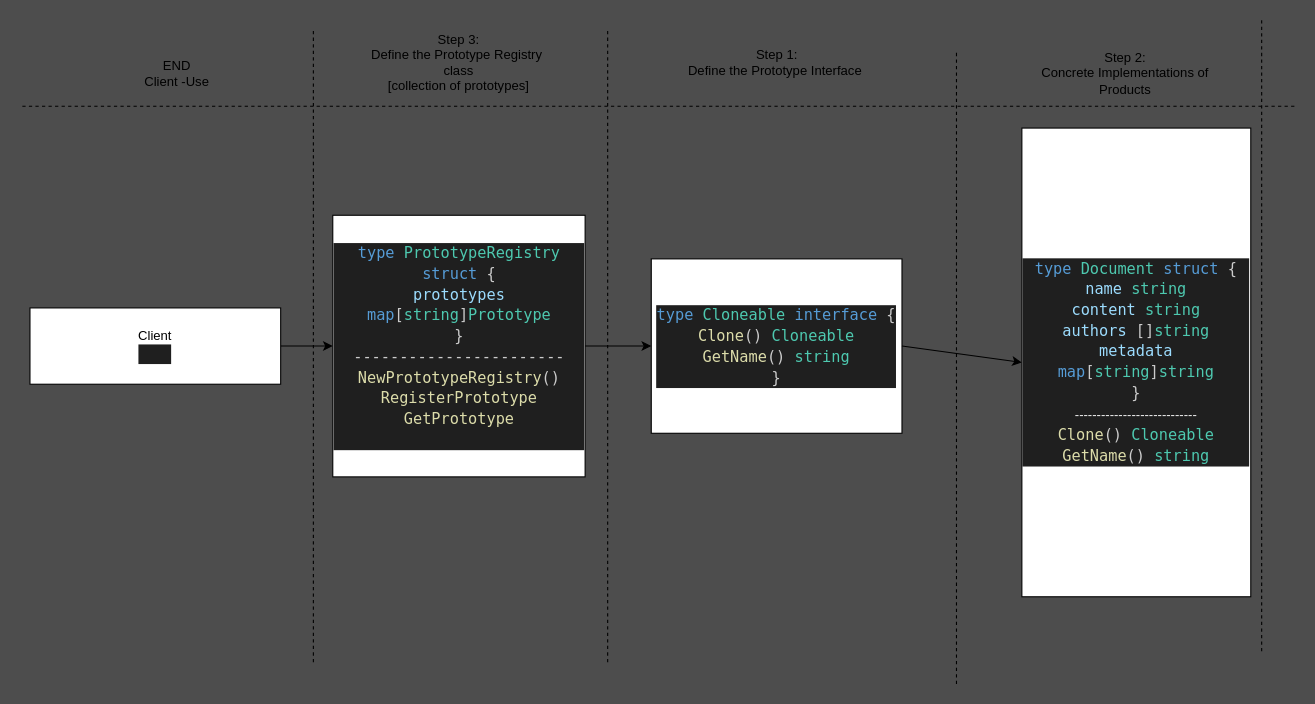
Before: app/designPatterns/creational/Prototype/eg-5/prototype-5.drawio in Reza-sd/lem, a draw.io diagram. Source tidied: cells renumbered, new cells numbered last; positions are measured from the earlier drawing's top-left corner, leaving out a move shared by most shapes. Both pictures are drawn from the tidied source at 109%, with x=0, y=0 at pixel (19, 19).
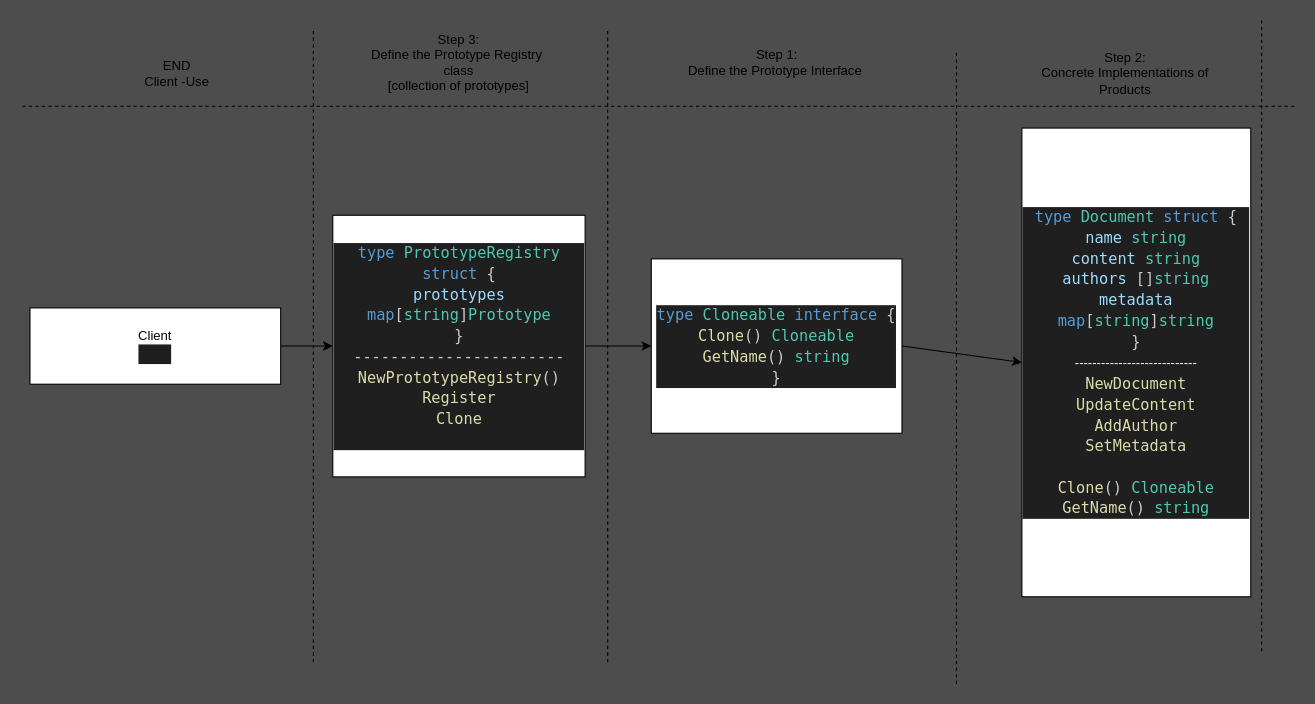
After the change.

Diff of the diagram source:
```diff
@@
-    <mxCell id="6" value="&lt;div&gt;&lt;/div&gt;&lt;div&gt;&lt;div style=&quot;color: rgb(204, 204, 204); background-color: rgb(31, 31, 31); line-height: 18px;&quot;&gt;&lt;/div&gt;&lt;div style=&quot;color: rgb(204, 204, 204); background-color: rgb(31, 31, 31); font-family: Menlo, Monaco, &amp;quot;Courier New&amp;quot;, monospace; line-height: 18px;&quot;&gt;&lt;/div&gt;&lt;div style=&quot;color: rgb(204, 204, 204); background-color: rgb(31, 31, 31); font-family: &amp;quot;Droid Sans Mono&amp;quot;, &amp;quot;monospace&amp;quot;, monospace; font-size: 14px; line-height: 19px;&quot;&gt;&lt;/div&gt;&lt;div style=&quot;color: rgb(204, 204, 204); background-color: rgb(31, 31, 31); font-family: &amp;quot;Droid Sans Mono&amp;quot;, &amp;quot;monospace&amp;quot;, monospace; font-size: 14px; line-height: 19px;&quot;&gt;&lt;/div&gt;&lt;div style=&quot;color: rgb(204, 204, 204); background-color: rgb(31, 31, 31); font-family: &amp;quot;Droid Sans Mono&amp;quot;, &amp;quot;monospace&amp;quot;, monospace; font-size: 14px; line-height: 19px;&quot;&gt;&lt;/div&gt;&lt;div style=&quot;color: rgb(204, 204, 204); background-color: rgb(31, 31, 31); font-family: &amp;quot;Droid Sans Mono&amp;quot;, &amp;quot;monospace&amp;quot;, monospace; font-size: 14px; line-height: 19px;&quot;&gt;&lt;/div&gt;&lt;div style=&quot;color: rgb(204, 204, 204); background-color: rgb(31, 31, 31); font-family: &amp;quot;Droid Sans Mono&amp;quot;, &amp;quot;monospace&amp;quot;, monospace; font-size: 14px; line-height: 19px;&quot;&gt;&lt;/div&gt;&lt;div style=&quot;color: rgb(204, 204, 204); background-color: rgb(31, 31, 31); font-family: Menlo, Monaco, &amp;quot;Courier New&amp;quot;, monospace; line-height: 18px;&quot;&gt;&lt;/div&gt;&lt;/div&gt;&lt;div&gt;&lt;div style=&quot;color: rgb(204, 204, 204); background-color: rgb(31, 31, 31); font-family: &amp;quot;Droid Sans Mono&amp;quot;, &amp;quot;monospace&amp;quot;, monospace; font-size: 14px; line-height: 19px;&quot;&gt;&lt;div style=&quot;line-height: 19px;&quot;&gt;&lt;div&gt;&lt;/div&gt;&lt;/div&gt;&lt;div&gt;&lt;div style=&quot;line-height: 19px;&quot;&gt;&lt;div style=&quot;line-height: 19px;&quot;&gt;&lt;div style=&quot;line-height: 19px;&quot;&gt;&lt;div&gt;&lt;span style=&quot;color: #569cd6;&quot;&gt;type&lt;/span&gt; &lt;span style=&quot;color: #4ec9b0;&quot;&gt;Document&lt;/span&gt; &lt;span style=&quot;color: #569cd6;&quot;&gt;struct&lt;/span&gt; {&lt;/div&gt;&lt;div&gt;    &lt;span style=&quot;color: #9cdcfe;&quot;&gt;name&lt;/span&gt;     &lt;span style=&quot;color: #4ec9b0;&quot;&gt;string&lt;/span&gt;&lt;/div&gt;&lt;div&gt;    &lt;span style=&quot;color: #9cdcfe;&quot;&gt;content&lt;/span&gt;  &lt;span style=&quot;color: #4ec9b0;&quot;&gt;string&lt;/span&gt;&lt;/div&gt;&lt;div&gt;    &lt;span style=&quot;color: #9cdcfe;&quot;&gt;authors&lt;/span&gt;  []&lt;span style=&quot;color: #4ec9b0;&quot;&gt;string&lt;/span&gt;&lt;/div&gt;&lt;div&gt;    &lt;span style=&quot;color: #9cdcfe;&quot;&gt;metadata&lt;/span&gt; &lt;span style=&quot;color: #569cd6;&quot;&gt;map&lt;/span&gt;[&lt;span style=&quot;color: #4ec9b0;&quot;&gt;string&lt;/span&gt;]&lt;span style=&quot;color: #4ec9b0;&quot;&gt;string&lt;/span&gt;&lt;/div&gt;&lt;div&gt;}&lt;/div&gt;&lt;/div&gt;&lt;/div&gt;&lt;/div&gt;&lt;span style=&quot;background-color: initial; color: rgb(240, 240, 240); font-family: Helvetica; font-size: 12px;&quot;&gt;----------------------------&lt;/span&gt;&lt;div&gt;&lt;span style=&quot;color: rgb(220, 220, 170);&quot;&gt;Clone&lt;/span&gt;()&amp;nbsp;&lt;span style=&quot;color: rgb(78, 201, 176);&quot;&gt;Cloneable&lt;/span&gt;&lt;/div&gt;&lt;div&gt;&lt;span style=&quot;color: rgb(220, 220, 170);&quot;&gt;GetName&lt;/span&gt;()&amp;nbsp;&lt;span style=&quot;color: rgb(78, 201, 176);&quot;&gt;string&lt;/span&gt;&lt;/div&gt;&lt;/div&gt;&lt;/div&gt;&lt;/div&gt;&lt;div&gt;&lt;div style=&quot;color: rgb(204, 204, 204); font-family: &amp;quot;Droid Sans Mono&amp;quot;, &amp;quot;monospace&amp;quot;, monospace; font-size: 14px;&quot;&gt;&lt;div style=&quot;background-color: rgb(31, 31, 31);&quot;&gt;&lt;/div&gt;&lt;/div&gt;&lt;div style=&quot;color: rgb(204, 204, 204); font-family: &amp;quot;Droid Sans Mono&amp;quot;, &amp;quot;monospace&amp;quot;, monospace; font-size: 14px;&quot;&gt;&lt;/div&gt;&lt;div style=&quot;color: rgb(204, 204, 204); font-family: &amp;quot;Droid Sans Mono&amp;quot;, &amp;quot;monospace&amp;quot;, monospace; font-size: 14px;&quot;&gt;&lt;/div&gt;&lt;div style=&quot;color: rgb(204, 204, 204); background-color: rgb(31, 31, 31); font-family: &amp;quot;Droid Sans Mono&amp;quot;, &amp;quot;monospace&amp;quot;, monospace; font-size: 14px; line-height: 19px;&quot;&gt;&lt;/div&gt;&lt;div style=&quot;color: rgb(204, 204, 204); background-color: rgb(31, 31, 31); font-family: &amp;quot;Droid Sans Mono&amp;quot;, &amp;quot;monospace&amp;quot;, monospace; font-size: 14px; line-height: 19px;&quot;&gt;&lt;/div&gt;&lt;div style=&quot;color: rgb(204, 204, 204); background-color: rgb(31, 31, 31); font-family: &amp;quot;Droid Sans Mono&amp;quot;, &amp;quot;monospace&amp;quot;, monospace; font-size: 14px; line-height: 19px;&quot;&gt;&lt;/div&gt;&lt;div style=&quot;color: rgb(204, 204, 204); background-color: rgb(31, 31, 31); font-family: &amp;quot;Droid Sans Mono&amp;quot;, &amp;quot;monospace&amp;quot;, monospace; font-size: 14px; line-height: 19px;&quot;&gt;&lt;/div&gt;&lt;div style=&quot;color: rgb(204, 204, 204); background-color: rgb(31, 31, 31); font-family: Menlo, Monaco, &amp;quot;Courier New&amp;quot;, monospace; line-height: 18px;&quot;&gt;&lt;/div&gt;&lt;div style=&quot;color: rgb(204, 204, 204); background-color: rgb(31, 31, 31); font-family: Menlo, Monaco, &amp;quot;Courier New&amp;quot;, monospace; line-height: 18px;&quot;&gt;&lt;/div&gt;&lt;div style=&quot;color: rgb(204, 204, 204); background-color: rgb(31, 31, 31); font-family: Menlo, Monaco, &amp;quot;Courier New&amp;quot;, monospace; line-height: 18px;&quot;&gt;&lt;/div&gt;&lt;/div&gt;&lt;div&gt;&lt;/div&gt;&lt;div&gt;&lt;/div&gt;&lt;div&gt;&lt;/div&gt;" style="rounded=0;whiteSpace=wrap;html=1;" parent="1" vertex="1">
+    <mxCell id="6" value="&lt;div&gt;&lt;/div&gt;&lt;div&gt;&lt;div style=&quot;color: rgb(204, 204, 204); background-color: rgb(31, 31, 31); line-height: 18px;&quot;&gt;&lt;/div&gt;&lt;div style=&quot;color: rgb(204, 204, 204); background-color: rgb(31, 31, 31); font-family: Menlo, Monaco, &amp;quot;Courier New&amp;quot;, monospace; line-height: 18px;&quot;&gt;&lt;/div&gt;&lt;div style=&quot;color: rgb(204, 204, 204); background-color: rgb(31, 31, 31); font-family: &amp;quot;Droid Sans Mono&amp;quot;, &amp;quot;monospace&amp;quot;, monospace; font-size: 14px; line-height: 19px;&quot;&gt;&lt;/div&gt;&lt;div style=&quot;color: rgb(204, 204, 204); background-color: rgb(31, 31, 31); font-family: &amp;quot;Droid Sans Mono&amp;quot;, &amp;quot;monospace&amp;quot;, monospace; font-size: 14px; line-height: 19px;&quot;&gt;&lt;/div&gt;&lt;div style=&quot;color: rgb(204, 204, 204); background-color: rgb(31, 31, 31); font-family: &amp;quot;Droid Sans Mono&amp;quot;, &amp;quot;monospace&amp;quot;, monospace; font-size: 14px; line-height: 19px;&quot;&gt;&lt;/div&gt;&lt;div style=&quot;color: rgb(204, 204, 204); background-color: rgb(31, 31, 31); font-family: &amp;quot;Droid Sans Mono&amp;quot;, &amp;quot;monospace&amp;quot;, monospace; font-size: 14px; line-height: 19px;&quot;&gt;&lt;/div&gt;&lt;div style=&quot;color: rgb(204, 204, 204); background-color: rgb(31, 31, 31); font-family: &amp;quot;Droid Sans Mono&amp;quot;, &amp;quot;monospace&amp;quot;, monospace; font-size: 14px; line-height: 19px;&quot;&gt;&lt;/div&gt;&lt;div style=&quot;color: rgb(204, 204, 204); background-color: rgb(31, 31, 31); font-family: Menlo, Monaco, &amp;quot;Courier New&amp;quot;, monospace; line-height: 18px;&quot;&gt;&lt;/div&gt;&lt;/div&gt;&lt;div&gt;&lt;div style=&quot;background-color: rgb(31, 31, 31); line-height: 19px;&quot;&gt;&lt;div style=&quot;color: rgb(204, 204, 204); font-family: &amp;quot;Droid Sans Mono&amp;quot;, &amp;quot;monospace&amp;quot;, monospace; font-size: 14px; line-height: 19px;&quot;&gt;&lt;div&gt;&lt;/div&gt;&lt;/div&gt;&lt;div style=&quot;color: rgb(204, 204, 204); font-family: &amp;quot;Droid Sans Mono&amp;quot;, &amp;quot;monospace&amp;quot;, monospace; font-size: 14px;&quot;&gt;&lt;div style=&quot;line-height: 19px;&quot;&gt;&lt;div style=&quot;line-height: 19px;&quot;&gt;&lt;div style=&quot;line-height: 19px;&quot;&gt;&lt;div&gt;&lt;span style=&quot;color: #569cd6;&quot;&gt;type&lt;/span&gt; &lt;span style=&quot;color: #4ec9b0;&quot;&gt;Document&lt;/span&gt; &lt;span style=&quot;color: #569cd6;&quot;&gt;struct&lt;/span&gt; {&lt;/div&gt;&lt;div&gt;    &lt;span style=&quot;color: #9cdcfe;&quot;&gt;name&lt;/span&gt;     &lt;span style=&quot;color: #4ec9b0;&quot;&gt;string&lt;/span&gt;&lt;/div&gt;&lt;div&gt;    &lt;span style=&quot;color: #9cdcfe;&quot;&gt;content&lt;/span&gt;  &lt;span style=&quot;color: #4ec9b0;&quot;&gt;string&lt;/span&gt;&lt;/div&gt;&lt;div&gt;    &lt;span style=&quot;color: #9cdcfe;&quot;&gt;authors&lt;/span&gt;  []&lt;span style=&quot;color: #4ec9b0;&quot;&gt;string&lt;/span&gt;&lt;/div&gt;&lt;div&gt;    &lt;span style=&quot;color: #9cdcfe;&quot;&gt;metadata&lt;/span&gt; &lt;span style=&quot;color: #569cd6;&quot;&gt;map&lt;/span&gt;[&lt;span style=&quot;color: #4ec9b0;&quot;&gt;string&lt;/span&gt;]&lt;span style=&quot;color: #4ec9b0;&quot;&gt;string&lt;/span&gt;&lt;/div&gt;&lt;div&gt;}&lt;/div&gt;&lt;/div&gt;&lt;/div&gt;&lt;/div&gt;&lt;span style=&quot;background-color: initial; color: rgb(240, 240, 240); font-family: Helvetica; font-size: 12px;&quot;&gt;----------------------------&lt;/span&gt;&lt;/div&gt;&lt;div style=&quot;&quot;&gt;&lt;div style=&quot;color: rgb(204, 204, 204); font-family: &amp;quot;Droid Sans Mono&amp;quot;, &amp;quot;monospace&amp;quot;, monospace; font-size: 14px; line-height: 19px;&quot;&gt;&lt;span style=&quot;color: #dcdcaa;&quot;&gt;NewDocument&lt;/span&gt;&lt;/div&gt;&lt;div style=&quot;color: rgb(204, 204, 204); font-family: &amp;quot;Droid Sans Mono&amp;quot;, &amp;quot;monospace&amp;quot;, monospace; font-size: 14px; line-height: 19px;&quot;&gt;&lt;div style=&quot;line-height: 19px;&quot;&gt;&lt;span style=&quot;color: #dcdcaa;&quot;&gt;UpdateContent&lt;/span&gt;&lt;/div&gt;&lt;/div&gt;&lt;div style=&quot;color: rgb(204, 204, 204); font-family: &amp;quot;Droid Sans Mono&amp;quot;, &amp;quot;monospace&amp;quot;, monospace; font-size: 14px; line-height: 19px;&quot;&gt;&lt;div style=&quot;line-height: 19px;&quot;&gt;&lt;span style=&quot;color: #dcdcaa;&quot;&gt;AddAuthor&lt;/span&gt;&lt;/div&gt;&lt;div style=&quot;line-height: 19px;&quot;&gt;&lt;div style=&quot;line-height: 19px;&quot;&gt;&lt;span style=&quot;color: #dcdcaa;&quot;&gt;SetMetadata&lt;/span&gt;&lt;/div&gt;&lt;/div&gt;&lt;div style=&quot;line-height: 19px;&quot;&gt;&lt;span style=&quot;color: #dcdcaa;&quot;&gt;&lt;br&gt;&lt;/span&gt;&lt;/div&gt;&lt;/div&gt;&lt;div style=&quot;color: rgb(204, 204, 204); font-family: &amp;quot;Droid Sans Mono&amp;quot;, &amp;quot;monospace&amp;quot;, monospace; font-size: 14px;&quot;&gt;&lt;span style=&quot;color: rgb(220, 220, 170);&quot;&gt;Clone&lt;/span&gt;()&amp;nbsp;&lt;span style=&quot;color: rgb(78, 201, 176);&quot;&gt;Cloneable&lt;/span&gt;&lt;/div&gt;&lt;div style=&quot;color: rgb(204, 204, 204); font-family: &amp;quot;Droid Sans Mono&amp;quot;, &amp;quot;monospace&amp;quot;, monospace; font-size: 14px;&quot;&gt;&lt;span style=&quot;color: rgb(220, 220, 170);&quot;&gt;GetName&lt;/span&gt;()&amp;nbsp;&lt;span style=&quot;color: rgb(78, 201, 176);&quot;&gt;string&lt;/span&gt;&lt;/div&gt;&lt;/div&gt;&lt;/div&gt;&lt;/div&gt;&lt;div&gt;&lt;div style=&quot;color: rgb(204, 204, 204); font-family: &amp;quot;Droid Sans Mono&amp;quot;, &amp;quot;monospace&amp;quot;, monospace; font-size: 14px;&quot;&gt;&lt;div style=&quot;background-color: rgb(31, 31, 31);&quot;&gt;&lt;/div&gt;&lt;/div&gt;&lt;div style=&quot;color: rgb(204, 204, 204); font-family: &amp;quot;Droid Sans Mono&amp;quot;, &amp;quot;monospace&amp;quot;, monospace; font-size: 14px;&quot;&gt;&lt;/div&gt;&lt;div style=&quot;color: rgb(204, 204, 204); font-family: &amp;quot;Droid Sans Mono&amp;quot;, &amp;quot;monospace&amp;quot;, monospace; font-size: 14px;&quot;&gt;&lt;/div&gt;&lt;div style=&quot;color: rgb(204, 204, 204); background-color: rgb(31, 31, 31); font-family: &amp;quot;Droid Sans Mono&amp;quot;, &amp;quot;monospace&amp;quot;, monospace; font-size: 14px; line-height: 19px;&quot;&gt;&lt;/div&gt;&lt;div style=&quot;color: rgb(204, 204, 204); background-color: rgb(31, 31, 31); font-family: &amp;quot;Droid Sans Mono&amp;quot;, &amp;quot;monospace&amp;quot;, monospace; font-size: 14px; line-height: 19px;&quot;&gt;&lt;/div&gt;&lt;div style=&quot;color: rgb(204, 204, 204); background-color: rgb(31, 31, 31); font-family: &amp;quot;Droid Sans Mono&amp;quot;, &amp;quot;monospace&amp;quot;, monospace; font-size: 14px; line-height: 19px;&quot;&gt;&lt;/div&gt;&lt;div style=&quot;color: rgb(204, 204, 204); background-color: rgb(31, 31, 31); font-family: &amp;quot;Droid Sans Mono&amp;quot;, &amp;quot;monospace&amp;quot;, monospace; font-size: 14px; line-height: 19px;&quot;&gt;&lt;/div&gt;&lt;div style=&quot;color: rgb(204, 204, 204); background-color: rgb(31, 31, 31); font-family: Menlo, Monaco, &amp;quot;Courier New&amp;quot;, monospace; line-height: 18px;&quot;&gt;&lt;/div&gt;&lt;div style=&quot;color: rgb(204, 204, 204); background-color: rgb(31, 31, 31); font-family: Menlo, Monaco, &amp;quot;Courier New&amp;quot;, monospace; line-height: 18px;&quot;&gt;&lt;/div&gt;&lt;div style=&quot;color: rgb(204, 204, 204); background-color: rgb(31, 31, 31); font-family: Menlo, Monaco, &amp;quot;Courier New&amp;quot;, monospace; line-height: 18px;&quot;&gt;&lt;/div&gt;&lt;/div&gt;&lt;div&gt;&lt;/div&gt;&lt;div&gt;&lt;/div&gt;&lt;div&gt;&lt;/div&gt;" style="rounded=0;whiteSpace=wrap;html=1;" parent="1" vertex="1">
       <mxGeometry x="920" y="100" width="210" height="430" as="geometry" />
     </mxCell>
@@
-    <mxCell id="15" value="&lt;div style=&quot;color: rgb(204, 204, 204); background-color: rgb(31, 31, 31); font-family: &amp;quot;Droid Sans Mono&amp;quot;, &amp;quot;monospace&amp;quot;, monospace; font-size: 14px; line-height: 19px;&quot;&gt;&lt;div&gt;&lt;div style=&quot;line-height: 19px;&quot;&gt;&lt;div&gt;&lt;span style=&quot;color: #569cd6;&quot;&gt;type&lt;/span&gt; &lt;span style=&quot;color: #4ec9b0;&quot;&gt;PrototypeRegistry&lt;/span&gt; &lt;span style=&quot;color: #569cd6;&quot;&gt;struct&lt;/span&gt; {&lt;/div&gt;&lt;div&gt;    &lt;span style=&quot;color: #9cdcfe;&quot;&gt;prototypes&lt;/span&gt; &lt;span style=&quot;color: #569cd6;&quot;&gt;map&lt;/span&gt;[&lt;span style=&quot;color: #4ec9b0;&quot;&gt;string&lt;/span&gt;]&lt;span style=&quot;color: #4ec9b0;&quot;&gt;Prototype&lt;/span&gt;&lt;/div&gt;&lt;div&gt;}&lt;/div&gt;&lt;div&gt;-----------------------&lt;/div&gt;&lt;div&gt;&lt;div style=&quot;line-height: 19px;&quot;&gt;&lt;span style=&quot;color: #dcdcaa;&quot;&gt;NewPrototypeRegistry&lt;/span&gt;()&lt;/div&gt;&lt;/div&gt;&lt;div style=&quot;line-height: 19px;&quot;&gt;&lt;div style=&quot;line-height: 19px;&quot;&gt;&lt;span style=&quot;color: #dcdcaa;&quot;&gt;RegisterPrototype&lt;/span&gt;&lt;/div&gt;&lt;div style=&quot;line-height: 19px;&quot;&gt;&lt;div style=&quot;line-height: 19px;&quot;&gt;&lt;span style=&quot;color: #dcdcaa;&quot;&gt;GetPrototype&lt;/span&gt;&lt;/div&gt;&lt;/div&gt;&lt;/div&gt;&lt;/div&gt;&lt;/div&gt;&lt;br&gt;&lt;/div&gt;&lt;div style=&quot;color: rgb(204, 204, 204); background-color: rgb(31, 31, 31); font-family: &amp;quot;Droid Sans Mono&amp;quot;, &amp;quot;monospace&amp;quot;, monospace; font-size: 14px; line-height: 19px;&quot;&gt;&lt;div&gt;&lt;/div&gt;&lt;/div&gt;&lt;div style=&quot;color: rgb(204, 204, 204); background-color: rgb(31, 31, 31); font-family: &amp;quot;Droid Sans Mono&amp;quot;, &amp;quot;monospace&amp;quot;, monospace; font-size: 14px; line-height: 19px;&quot;&gt;&lt;div&gt;&lt;/div&gt;&lt;/div&gt;&lt;div&gt;&lt;/div&gt;&lt;div&gt;&lt;div style=&quot;color: rgb(204, 204, 204); background-color: rgb(31, 31, 31); line-height: 18px;&quot;&gt;&lt;/div&gt;&lt;div style=&quot;color: rgb(204, 204, 204); background-color: rgb(31, 31, 31); font-family: Menlo, Monaco, &amp;quot;Courier New&amp;quot;, monospace; line-height: 18px;&quot;&gt;&lt;/div&gt;&lt;div style=&quot;color: rgb(204, 204, 204); background-color: rgb(31, 31, 31); font-family: Menlo, Monaco, &amp;quot;Courier New&amp;quot;, monospace; line-height: 18px;&quot;&gt;&lt;/div&gt;&lt;/div&gt;&lt;div&gt;&lt;div style=&quot;color: rgb(204, 204, 204); background-color: rgb(31, 31, 31); font-family: &amp;quot;Droid Sans Mono&amp;quot;, &amp;quot;monospace&amp;quot;, monospace; font-size: 14px; line-height: 19px;&quot;&gt;&lt;/div&gt;&lt;div style=&quot;color: rgb(204, 204, 204); background-color: rgb(31, 31, 31); font-family: Menlo, Monaco, &amp;quot;Courier New&amp;quot;, monospace; line-height: 18px;&quot;&gt;&lt;/div&gt;&lt;div style=&quot;color: rgb(204, 204, 204); background-color: rgb(31, 31, 31); font-family: Menlo, Monaco, &amp;quot;Courier New&amp;quot;, monospace; line-height: 18px;&quot;&gt;&lt;div style=&quot;font-family: &amp;quot;Droid Sans Mono&amp;quot;, &amp;quot;monospace&amp;quot;, monospace; font-size: 14px; line-height: 19px;&quot;&gt;&lt;/div&gt;&lt;div style=&quot;font-family: &amp;quot;Droid Sans Mono&amp;quot;, &amp;quot;monospace&amp;quot;, monospace; font-size: 14px; line-height: 19px;&quot;&gt;&lt;/div&gt;&lt;div style=&quot;font-family: &amp;quot;Droid Sans Mono&amp;quot;, &amp;quot;monospace&amp;quot;, monospace; font-size: 14px; line-height: 19px;&quot;&gt;&lt;/div&gt;&lt;div style=&quot;font-family: &amp;quot;Droid Sans Mono&amp;quot;, &amp;quot;monospace&amp;quot;, monospace; font-size: 14px; line-height: 19px;&quot;&gt;&lt;/div&gt;&lt;/div&gt;&lt;div style=&quot;color: rgb(204, 204, 204); background-color: rgb(31, 31, 31); font-family: Menlo, Monaco, &amp;quot;Courier New&amp;quot;, monospace; line-height: 18px;&quot;&gt;&lt;/div&gt;&lt;/div&gt;&lt;div&gt;&lt;div style=&quot;color: rgb(204, 204, 204); background-color: rgb(31, 31, 31); font-family: &amp;quot;Droid Sans Mono&amp;quot;, &amp;quot;monospace&amp;quot;, monospace; font-size: 14px; line-height: 19px;&quot;&gt;&lt;/div&gt;&lt;div style=&quot;color: rgb(204, 204, 204); background-color: rgb(31, 31, 31); font-family: &amp;quot;Droid Sans Mono&amp;quot;, &amp;quot;monospace&amp;quot;, monospace; font-size: 14px; line-height: 19px;&quot;&gt;&lt;/div&gt;&lt;div style=&quot;color: rgb(204, 204, 204); background-color: rgb(31, 31, 31); font-family: Menlo, Monaco, &amp;quot;Courier New&amp;quot;, monospace; line-height: 18px;&quot;&gt;&lt;div style=&quot;line-height: 18px;&quot;&gt;&lt;div&gt;&lt;div style=&quot;line-height: 18px;&quot;&gt;&lt;div&gt;&lt;/div&gt;&lt;div&gt;&lt;/div&gt;&lt;/div&gt;&lt;/div&gt;&lt;div&gt;&lt;/div&gt;&lt;/div&gt;&lt;/div&gt;&lt;/div&gt;&lt;div&gt;&lt;/div&gt;" style="rounded=0;whiteSpace=wrap;html=1;" parent="1" vertex="1">
+    <mxCell id="15" value="&lt;div style=&quot;color: rgb(204, 204, 204); background-color: rgb(31, 31, 31); font-family: &amp;quot;Droid Sans Mono&amp;quot;, &amp;quot;monospace&amp;quot;, monospace; font-size: 14px; line-height: 19px;&quot;&gt;&lt;div&gt;&lt;div style=&quot;line-height: 19px;&quot;&gt;&lt;div&gt;&lt;span style=&quot;color: #569cd6;&quot;&gt;type&lt;/span&gt; &lt;span style=&quot;color: #4ec9b0;&quot;&gt;PrototypeRegistry&lt;/span&gt; &lt;span style=&quot;color: #569cd6;&quot;&gt;struct&lt;/span&gt; {&lt;/div&gt;&lt;div&gt;    &lt;span style=&quot;color: #9cdcfe;&quot;&gt;prototypes&lt;/span&gt; &lt;span style=&quot;color: #569cd6;&quot;&gt;map&lt;/span&gt;[&lt;span style=&quot;color: #4ec9b0;&quot;&gt;string&lt;/span&gt;]&lt;span style=&quot;color: #4ec9b0;&quot;&gt;Prototype&lt;/span&gt;&lt;/div&gt;&lt;div&gt;}&lt;/div&gt;&lt;div&gt;-----------------------&lt;/div&gt;&lt;div&gt;&lt;div style=&quot;line-height: 19px;&quot;&gt;&lt;span style=&quot;color: #dcdcaa;&quot;&gt;NewPrototypeRegistry&lt;/span&gt;()&lt;/div&gt;&lt;/div&gt;&lt;div style=&quot;line-height: 19px;&quot;&gt;&lt;div style=&quot;line-height: 19px;&quot;&gt;&lt;/div&gt;&lt;div style=&quot;line-height: 19px;&quot;&gt;&lt;div style=&quot;line-height: 19px;&quot;&gt;&lt;div style=&quot;line-height: 19px;&quot;&gt;&lt;span style=&quot;color: #dcdcaa;&quot;&gt;Register&lt;/span&gt;&lt;div style=&quot;line-height: 19px;&quot;&gt;&lt;span style=&quot;color: #dcdcaa;&quot;&gt;Clone&lt;/span&gt;&lt;/div&gt;&lt;/div&gt;&lt;/div&gt;&lt;/div&gt;&lt;/div&gt;&lt;/div&gt;&lt;/div&gt;&lt;br&gt;&lt;/div&gt;&lt;div style=&quot;color: rgb(204, 204, 204); background-color: rgb(31, 31, 31); font-family: &amp;quot;Droid Sans Mono&amp;quot;, &amp;quot;monospace&amp;quot;, monospace; font-size: 14px; line-height: 19px;&quot;&gt;&lt;div&gt;&lt;/div&gt;&lt;/div&gt;&lt;div style=&quot;color: rgb(204, 204, 204); background-color: rgb(31, 31, 31); font-family: &amp;quot;Droid Sans Mono&amp;quot;, &amp;quot;monospace&amp;quot;, monospace; font-size: 14px; line-height: 19px;&quot;&gt;&lt;div&gt;&lt;/div&gt;&lt;/div&gt;&lt;div&gt;&lt;/div&gt;&lt;div&gt;&lt;div style=&quot;color: rgb(204, 204, 204); background-color: rgb(31, 31, 31); line-height: 18px;&quot;&gt;&lt;/div&gt;&lt;div style=&quot;color: rgb(204, 204, 204); background-color: rgb(31, 31, 31); font-family: Menlo, Monaco, &amp;quot;Courier New&amp;quot;, monospace; line-height: 18px;&quot;&gt;&lt;/div&gt;&lt;div style=&quot;color: rgb(204, 204, 204); background-color: rgb(31, 31, 31); font-family: Menlo, Monaco, &amp;quot;Courier New&amp;quot;, monospace; line-height: 18px;&quot;&gt;&lt;/div&gt;&lt;/div&gt;&lt;div&gt;&lt;div style=&quot;color: rgb(204, 204, 204); background-color: rgb(31, 31, 31); font-family: &amp;quot;Droid Sans Mono&amp;quot;, &amp;quot;monospace&amp;quot;, monospace; font-size: 14px; line-height: 19px;&quot;&gt;&lt;/div&gt;&lt;div style=&quot;color: rgb(204, 204, 204); background-color: rgb(31, 31, 31); font-family: Menlo, Monaco, &amp;quot;Courier New&amp;quot;, monospace; line-height: 18px;&quot;&gt;&lt;/div&gt;&lt;div style=&quot;color: rgb(204, 204, 204); background-color: rgb(31, 31, 31); font-family: Menlo, Monaco, &amp;quot;Courier New&amp;quot;, monospace; line-height: 18px;&quot;&gt;&lt;div style=&quot;font-family: &amp;quot;Droid Sans Mono&amp;quot;, &amp;quot;monospace&amp;quot;, monospace; font-size: 14px; line-height: 19px;&quot;&gt;&lt;/div&gt;&lt;div style=&quot;font-family: &amp;quot;Droid Sans Mono&amp;quot;, &amp;quot;monospace&amp;quot;, monospace; font-size: 14px; line-height: 19px;&quot;&gt;&lt;/div&gt;&lt;div style=&quot;font-family: &amp;quot;Droid Sans Mono&amp;quot;, &amp;quot;monospace&amp;quot;, monospace; font-size: 14px; line-height: 19px;&quot;&gt;&lt;/div&gt;&lt;div style=&quot;font-family: &amp;quot;Droid Sans Mono&amp;quot;, &amp;quot;monospace&amp;quot;, monospace; font-size: 14px; line-height: 19px;&quot;&gt;&lt;/div&gt;&lt;/div&gt;&lt;div style=&quot;color: rgb(204, 204, 204); background-color: rgb(31, 31, 31); font-family: Menlo, Monaco, &amp;quot;Courier New&amp;quot;, monospace; line-height: 18px;&quot;&gt;&lt;/div&gt;&lt;/div&gt;&lt;div&gt;&lt;div style=&quot;color: rgb(204, 204, 204); background-color: rgb(31, 31, 31); font-family: &amp;quot;Droid Sans Mono&amp;quot;, &amp;quot;monospace&amp;quot;, monospace; font-size: 14px; line-height: 19px;&quot;&gt;&lt;/div&gt;&lt;div style=&quot;color: rgb(204, 204, 204); background-color: rgb(31, 31, 31); font-family: &amp;quot;Droid Sans Mono&amp;quot;, &amp;quot;monospace&amp;quot;, monospace; font-size: 14px; line-height: 19px;&quot;&gt;&lt;/div&gt;&lt;div style=&quot;color: rgb(204, 204, 204); background-color: rgb(31, 31, 31); font-family: Menlo, Monaco, &amp;quot;Courier New&amp;quot;, monospace; line-height: 18px;&quot;&gt;&lt;div style=&quot;line-height: 18px;&quot;&gt;&lt;div&gt;&lt;div style=&quot;line-height: 18px;&quot;&gt;&lt;div&gt;&lt;/div&gt;&lt;div&gt;&lt;/div&gt;&lt;/div&gt;&lt;/div&gt;&lt;div&gt;&lt;/div&gt;&lt;/div&gt;&lt;/div&gt;&lt;/div&gt;&lt;div&gt;&lt;/div&gt;" style="rounded=0;whiteSpace=wrap;html=1;" parent="1" vertex="1">
       <mxGeometry x="287.8" y="180" width="231.5" height="240" as="geometry" />
     </mxCell>
```
